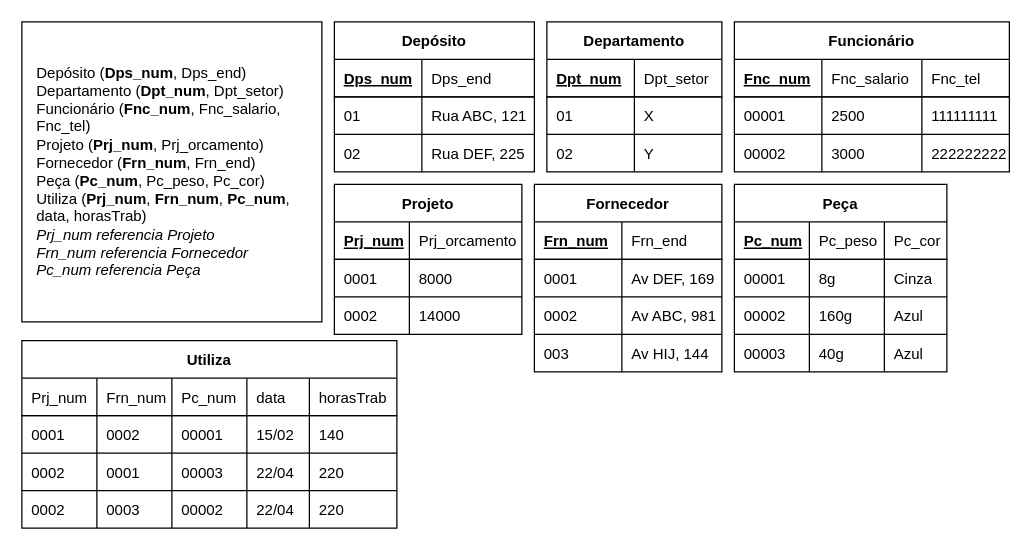
This is page "Ex-2-Lógico" (4 of 6) of Lista6_16-05/Lista6.drawio from andreeeeeeeee/Engenharia_Software, a draw.io file, before an edit. Source tidied: cells renumbered, new cells numbered last; positions are measured from the earlier drawing's top-left corner, leaving out a move shared by most shapes. Both pictures are drawn from the tidied source at 125%, with x=0, y=0 at pixel (21, 21).
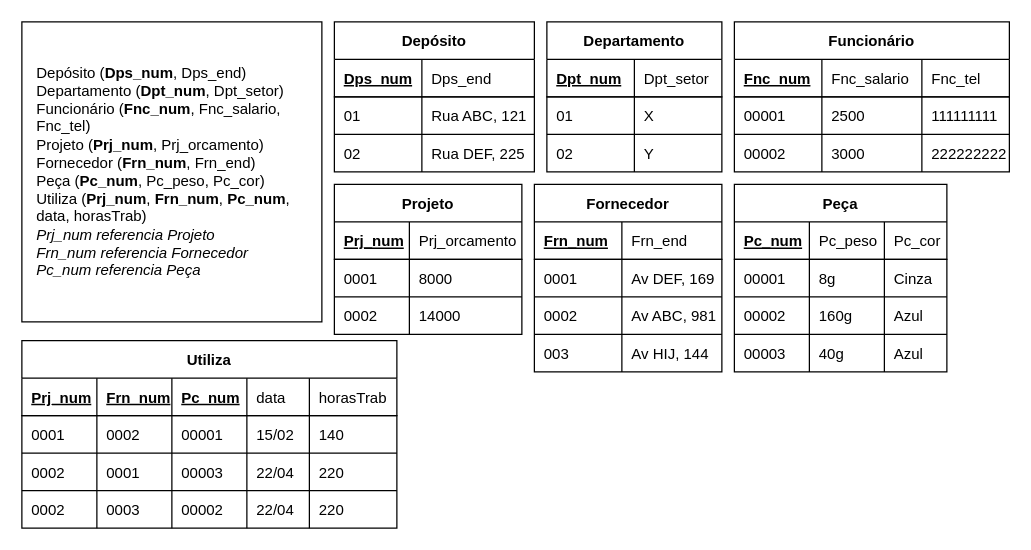
Above is the later version.

Unchanged cells that the change refers to:
```xml
<mxCell id="78" style="shape=tableRow;horizontal=0;startSize=0;swimlaneHead=0;swimlaneBody=0;fillColor=none;top=0;left=0;right=0;bottom=1;" parent="77" vertex="1">
  <mxGeometry y="30" width="300" height="30" as="geometry" />
</mxCell>
```

Diff of the diagram source:
```diff
@@
-    <mxCell id="79" value="Prj_num" style="shape=partialRectangle;fillColor=none;top=0;left=0;bottom=0;right=0;align=left;spacingLeft=6;fontStyle=0;overflow=hidden;" parent="78" vertex="1">
+    <mxCell id="79" value="Prj_num" style="shape=partialRectangle;fillColor=none;top=0;left=0;bottom=0;right=0;align=left;spacingLeft=6;fontStyle=5;overflow=hidden;" parent="78" vertex="1">
       <mxGeometry width="60" height="30" as="geometry" />
     </mxCell>
-    <mxCell id="80" value="Frn_num" style="shape=partialRectangle;fillColor=none;top=0;left=0;bottom=0;right=0;align=left;spacingLeft=6;fontStyle=0;overflow=hidden;" parent="78" vertex="1">
+    <mxCell id="80" value="Frn_num" style="shape=partialRectangle;fillColor=none;top=0;left=0;bottom=0;right=0;align=left;spacingLeft=6;fontStyle=5;overflow=hidden;" parent="78" vertex="1">
       <mxGeometry x="60" width="60" height="30" as="geometry" />
     </mxCell>
-    <mxCell id="81" value="Pc_num" style="shape=partialRectangle;fillColor=none;top=0;left=0;bottom=0;right=0;align=left;spacingLeft=6;fontStyle=0;overflow=hidden;" parent="78" vertex="1">
+    <mxCell id="81" value="Pc_num" style="shape=partialRectangle;fillColor=none;top=0;left=0;bottom=0;right=0;align=left;spacingLeft=6;fontStyle=5;overflow=hidden;" parent="78" vertex="1">
       <mxGeometry x="120" width="60" height="30" as="geometry" />
     </mxCell>
```
